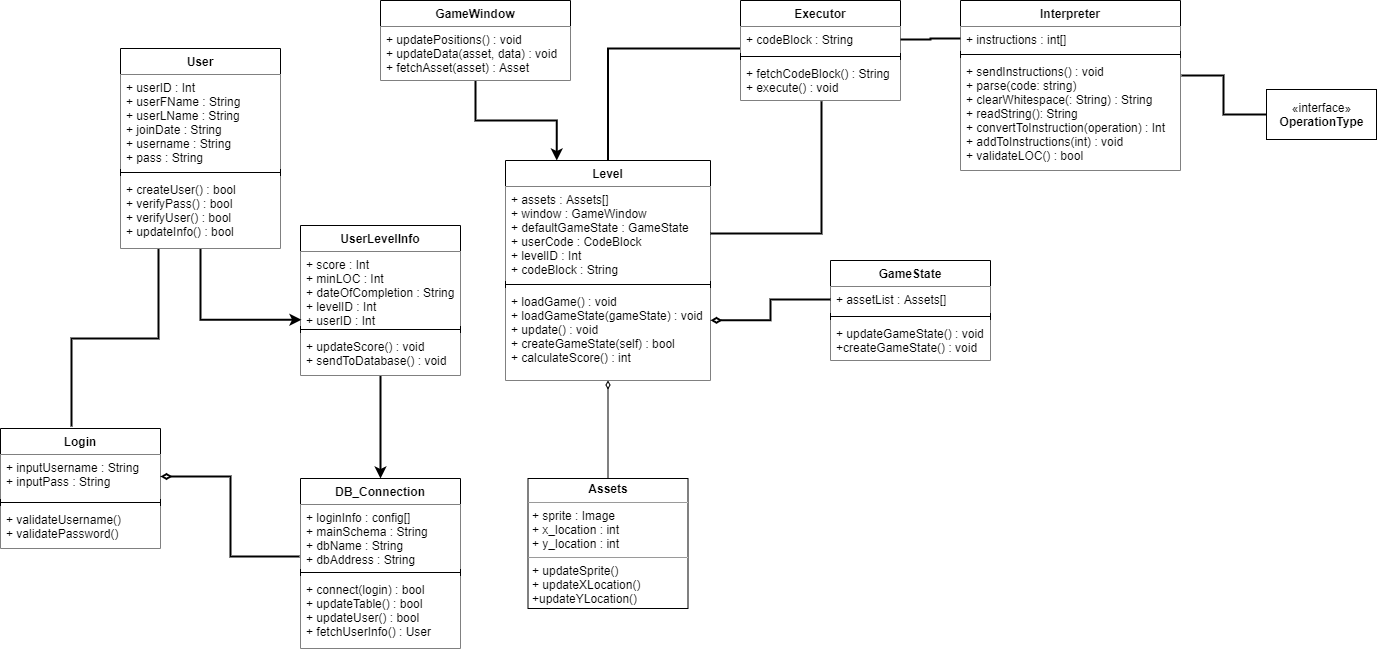
jdr479/CS-Play keeps this draw.io diagram as Deliverables/deliverable_images/CompleteClassDiagram.png. Above is the earlier version. Source tidied: cells renumbered, new cells last; positions are measured from the earlier drawing's top-left corner, leaving out a move shared by most shapes. Source of this version:
```xml
<mxGraphModel>
  <root>
    <mxCell id="0" />
    <mxCell id="1" parent="0" />
    <mxCell id="2" style="edgeStyle=orthogonalEdgeStyle;rounded=0;jettySize=auto;html=1;entryX=0.25;entryY=0;entryDx=0;entryDy=0;strokeWidth=2;" parent="1" edge="1" source="3" target="7">
      <mxGeometry relative="1" as="geometry" />
    </mxCell>
    <mxCell id="3" value="GameWindow" style="swimlane;fontStyle=1;align=center;verticalAlign=top;horizontal=1;startSize=26;" parent="1" vertex="1">
      <mxGeometry x="380" width="190" height="80" as="geometry" />
    </mxCell>
    <mxCell id="4" value="+ updatePositions() : void&#10;+ updateData(asset, data) : void&#10;+ fetchAsset(asset) : Asset&#10;" style="text;strokeColor=none;fillColor=default;align=left;verticalAlign=top;spacingLeft=4;spacingRight=4;overflow=hidden;" parent="3" vertex="1">
      <mxGeometry y="26" width="190" height="54" as="geometry" />
    </mxCell>
    <mxCell id="5" style="edgeStyle=orthogonalEdgeStyle;rounded=0;jettySize=auto;html=1;entryX=0.5;entryY=0;entryDx=0;entryDy=0;endArrow=none;endFill=0;startArrow=diamondThin;startFill=0;" parent="1" edge="1" source="7" target="11">
      <mxGeometry relative="1" as="geometry" />
    </mxCell>
    <mxCell id="6" style="edgeStyle=orthogonalEdgeStyle;rounded=0;jettySize=auto;html=1;entryX=0;entryY=0.846;entryDx=0;entryDy=0;entryPerimeter=0;startArrow=none;startFill=0;endArrow=none;endFill=0;strokeWidth=2;" parent="1" edge="1" source="7" target="17">
      <mxGeometry relative="1" as="geometry" />
    </mxCell>
    <mxCell id="7" value="Level" style="swimlane;fontStyle=1;align=center;verticalAlign=top;horizontal=1;startSize=26;" parent="1" vertex="1">
      <mxGeometry x="505" y="160" width="205" height="220" as="geometry" />
    </mxCell>
    <mxCell id="8" value="+ assets : Assets[]&#10;+ window : GameWindow&#10;+ defaultGameState : GameState&#10;+ userCode : CodeBlock&#10;+ levelID : Int&#10;+ codeBlock : String" style="text;strokeColor=none;fillColor=default;align=left;verticalAlign=top;spacingLeft=4;spacingRight=4;overflow=hidden;points=[[0,0.5],[1,0.5]];portConstraint=eastwest;" parent="7" vertex="1">
      <mxGeometry y="26" width="205" height="94" as="geometry" />
    </mxCell>
    <mxCell id="9" style="line;strokeWidth=1;fillColor=none;align=left;verticalAlign=middle;spacingTop=-1;spacingLeft=3;spacingRight=3;labelPosition=right;" parent="7" vertex="1">
      <mxGeometry y="120" width="205" height="8" as="geometry" />
    </mxCell>
    <mxCell id="10" value="+ loadGame() : void&#10;+ loadGameState(gameState) : void&#10;+ update() : void&#10;+ createGameState(self) : bool&#10;+ calculateScore() : int" style="text;strokeColor=none;fillColor=default;align=left;verticalAlign=top;spacingLeft=4;spacingRight=4;overflow=hidden;points=[[0,0.5],[1,0.5]];portConstraint=eastwest;" parent="7" vertex="1">
      <mxGeometry y="128" width="205" height="92" as="geometry" />
    </mxCell>
    <mxCell id="11" value="&lt;p style=&quot;margin: 0px ; margin-top: 4px ; text-align: center&quot;&gt;&lt;b&gt;Assets&lt;/b&gt;&lt;/p&gt;&lt;hr size=&quot;1&quot;&gt;&lt;p style=&quot;margin: 0px ; margin-left: 4px&quot;&gt;+ sprite : Image&lt;/p&gt;&lt;p style=&quot;margin: 0px ; margin-left: 4px&quot;&gt;+ x_location : int&lt;/p&gt;&lt;p style=&quot;margin: 0px ; margin-left: 4px&quot;&gt;+ y_location : int&lt;/p&gt;&lt;hr size=&quot;1&quot;&gt;&lt;p style=&quot;margin: 0px ; margin-left: 4px&quot;&gt;+ updateSprite()&lt;/p&gt;&lt;p style=&quot;margin: 0px ; margin-left: 4px&quot;&gt;+ updateXLocation()&lt;/p&gt;&lt;p style=&quot;margin: 0px ; margin-left: 4px&quot;&gt;+updateYLocation()&lt;/p&gt;" style="verticalAlign=top;align=left;overflow=fill;fontSize=12;fontFamily=Helvetica;html=1;" parent="1" vertex="1">
      <mxGeometry x="527.5" y="478" width="160" height="130" as="geometry" />
    </mxCell>
    <mxCell id="12" value="Interpreter" style="swimlane;fontStyle=1;align=center;verticalAlign=top;horizontal=1;startSize=26;" parent="1" vertex="1">
      <mxGeometry x="960" width="220" height="170" as="geometry" />
    </mxCell>
    <mxCell id="13" value="+ instructions : int[]" style="text;strokeColor=none;fillColor=default;align=left;verticalAlign=top;spacingLeft=4;spacingRight=4;overflow=hidden;points=[[0,0.5],[1,0.5]];portConstraint=eastwest;" parent="12" vertex="1">
      <mxGeometry y="26" width="220" height="24" as="geometry" />
    </mxCell>
    <mxCell id="14" style="line;strokeWidth=1;fillColor=none;align=left;verticalAlign=middle;spacingTop=-1;spacingLeft=3;spacingRight=3;labelPosition=right;" parent="12" vertex="1">
      <mxGeometry y="50" width="220" height="8" as="geometry" />
    </mxCell>
    <mxCell id="15" value="+ sendInstructions() : void&#10;+ parse(code: string)&#10;+ clearWhitespace(: String) : String&#10;+ readString(): String&#10;+ convertToInstruction(operation) : Int&#10;+ addToInstructions(int) : void&#10;+ validateLOC() : bool" style="text;strokeColor=none;fillColor=default;align=left;verticalAlign=top;spacingLeft=4;spacingRight=4;overflow=hidden;points=[[0,0.5],[1,0.5]];portConstraint=eastwest;" parent="12" vertex="1">
      <mxGeometry y="58" width="220" height="112" as="geometry" />
    </mxCell>
    <mxCell id="16" value="Executor" style="swimlane;fontStyle=1;align=center;verticalAlign=top;horizontal=1;startSize=26;" parent="1" vertex="1">
      <mxGeometry x="740" width="160" height="100" as="geometry" />
    </mxCell>
    <mxCell id="17" value="+ codeBlock : String" style="text;strokeColor=none;fillColor=default;align=left;verticalAlign=top;spacingLeft=4;spacingRight=4;overflow=hidden;points=[[0,0.5],[1,0.5]];portConstraint=eastwest;" parent="16" vertex="1">
      <mxGeometry y="26" width="160" height="26" as="geometry" />
    </mxCell>
    <mxCell id="18" style="line;strokeWidth=1;fillColor=none;align=left;verticalAlign=middle;spacingTop=-1;spacingLeft=3;spacingRight=3;labelPosition=right;" parent="16" vertex="1">
      <mxGeometry y="52" width="160" height="8" as="geometry" />
    </mxCell>
    <mxCell id="19" value="+ fetchCodeBlock() : String&#10;+ execute() : void" style="text;strokeColor=none;fillColor=default;align=left;verticalAlign=top;spacingLeft=4;spacingRight=4;overflow=hidden;points=[[0,0.5],[1,0.5]];portConstraint=eastwest;" parent="16" vertex="1">
      <mxGeometry y="60" width="160" height="40" as="geometry" />
    </mxCell>
    <mxCell id="20" value="GameState" style="swimlane;fontStyle=1;align=center;verticalAlign=top;horizontal=1;startSize=26;" parent="1" vertex="1">
      <mxGeometry x="830" y="260" width="160" height="100" as="geometry" />
    </mxCell>
    <mxCell id="21" value="+ assetList : Assets[]" style="text;strokeColor=none;fillColor=default;align=left;verticalAlign=top;spacingLeft=4;spacingRight=4;overflow=hidden;points=[[0,0.5],[1,0.5]];portConstraint=eastwest;" parent="20" vertex="1">
      <mxGeometry y="26" width="160" height="26" as="geometry" />
    </mxCell>
    <mxCell id="22" style="line;strokeWidth=1;fillColor=none;align=left;verticalAlign=middle;spacingTop=-1;spacingLeft=3;spacingRight=3;labelPosition=right;" parent="20" vertex="1">
      <mxGeometry y="52" width="160" height="8" as="geometry" />
    </mxCell>
    <mxCell id="23" value="+ updateGameState() : void&#10;+createGameState() : void&#10;" style="text;strokeColor=none;fillColor=default;align=left;verticalAlign=top;spacingLeft=4;spacingRight=4;overflow=hidden;" parent="20" vertex="1">
      <mxGeometry y="60" width="160" height="40" as="geometry" />
    </mxCell>
    <mxCell id="24" style="edgeStyle=orthogonalEdgeStyle;rounded=0;jettySize=auto;html=1;entryX=0;entryY=0.5;entryDx=0;entryDy=0;exitX=1;exitY=0.346;exitDx=0;exitDy=0;exitPerimeter=0;startArrow=diamondThin;startFill=0;endArrow=none;endFill=0;strokeWidth=2;" parent="1" edge="1" source="10" target="21">
      <mxGeometry relative="1" as="geometry" />
    </mxCell>
    <mxCell id="25" style="edgeStyle=orthogonalEdgeStyle;rounded=0;jettySize=auto;html=1;entryX=1;entryY=0.5;entryDx=0;entryDy=0;strokeWidth=2;endArrow=none;endFill=0;" parent="1" edge="1" source="13" target="17">
      <mxGeometry relative="1" as="geometry" />
    </mxCell>
    <mxCell id="26" style="edgeStyle=orthogonalEdgeStyle;rounded=0;jettySize=auto;html=1;entryX=0.506;entryY=1.02;entryDx=0;entryDy=0;entryPerimeter=0;strokeWidth=2;endArrow=none;endFill=0;" parent="1" edge="1" source="8" target="19">
      <mxGeometry relative="1" as="geometry" />
    </mxCell>
    <mxCell id="27" style="edgeStyle=orthogonalEdgeStyle;rounded=0;jettySize=auto;html=1;entryX=0.5;entryY=0;entryDx=0;entryDy=0;strokeWidth=2;" parent="1" edge="1" source="28" target="32">
      <mxGeometry relative="1" as="geometry" />
    </mxCell>
    <mxCell id="28" value="UserLevelInfo" style="swimlane;fontStyle=1;align=center;verticalAlign=top;horizontal=1;startSize=26;" parent="1" vertex="1">
      <mxGeometry x="300" y="225" width="160" height="150" as="geometry" />
    </mxCell>
    <mxCell id="29" value="+ score : Int&#10;+ minLOC : Int&#10;+ dateOfCompletion : String&#10;+ levelID : Int&#10;+ userID : Int" style="text;strokeColor=none;fillColor=default;align=left;verticalAlign=top;spacingLeft=4;spacingRight=4;overflow=hidden;points=[[0,0.5],[1,0.5]];portConstraint=eastwest;" parent="28" vertex="1">
      <mxGeometry y="26" width="160" height="74" as="geometry" />
    </mxCell>
    <mxCell id="30" style="line;strokeWidth=1;fillColor=none;align=left;verticalAlign=middle;spacingTop=-1;spacingLeft=3;spacingRight=3;labelPosition=right;" parent="28" vertex="1">
      <mxGeometry y="100" width="160" height="8" as="geometry" />
    </mxCell>
    <mxCell id="31" value="+ updateScore() : void&#10;+ sendToDatabase() : void" style="text;strokeColor=none;fillColor=default;align=left;verticalAlign=top;spacingLeft=4;spacingRight=4;overflow=hidden;" parent="28" vertex="1">
      <mxGeometry y="108" width="160" height="42" as="geometry" />
    </mxCell>
    <mxCell id="32" value="DB_Connection" style="swimlane;fontStyle=1;align=center;verticalAlign=top;horizontal=1;startSize=26;" parent="1" vertex="1">
      <mxGeometry x="300" y="478" width="160" height="170" as="geometry" />
    </mxCell>
    <mxCell id="33" value="+ loginInfo : config[]&#10;+ mainSchema : String&#10;+ dbName : String&#10;+ dbAddress : String" style="text;strokeColor=none;fillColor=default;align=left;verticalAlign=top;spacingLeft=4;spacingRight=4;overflow=hidden;points=[[0,0.5],[1,0.5]];portConstraint=eastwest;" parent="32" vertex="1">
      <mxGeometry y="26" width="160" height="64" as="geometry" />
    </mxCell>
    <mxCell id="34" style="line;strokeWidth=1;fillColor=none;align=left;verticalAlign=middle;spacingTop=-1;spacingLeft=3;spacingRight=3;labelPosition=right;" parent="32" vertex="1">
      <mxGeometry y="90" width="160" height="8" as="geometry" />
    </mxCell>
    <mxCell id="35" value="+ connect(login) : bool&#10;+ updateTable() : bool&#10;+ updateUser() : bool&#10;+ fetchUserInfo() : User" style="text;strokeColor=none;fillColor=default;align=left;verticalAlign=top;spacingLeft=4;spacingRight=4;overflow=hidden;" parent="32" vertex="1">
      <mxGeometry y="98" width="160" height="72" as="geometry" />
    </mxCell>
    <mxCell id="36" style="edgeStyle=orthogonalEdgeStyle;rounded=0;jettySize=auto;html=1;entryX=0.006;entryY=0.922;entryDx=0;entryDy=0;entryPerimeter=0;strokeWidth=2;" parent="1" edge="1" source="38" target="29">
      <mxGeometry relative="1" as="geometry" />
    </mxCell>
    <mxCell id="37" style="edgeStyle=orthogonalEdgeStyle;rounded=0;jettySize=auto;html=1;entryX=0.444;entryY=-0.017;entryDx=0;entryDy=0;entryPerimeter=0;startArrow=none;startFill=0;endArrow=none;endFill=0;strokeWidth=2;exitX=0.238;exitY=1;exitDx=0;exitDy=0;exitPerimeter=0;" parent="1" edge="1" source="41" target="42">
      <mxGeometry relative="1" as="geometry" />
    </mxCell>
    <mxCell id="38" value="User" style="swimlane;fontStyle=1;align=center;verticalAlign=top;horizontal=1;startSize=26;" parent="1" vertex="1">
      <mxGeometry x="120" y="48" width="160" height="200" as="geometry" />
    </mxCell>
    <mxCell id="39" value="+ userID : Int&#10;+ userFName : String&#10;+ userLName : String&#10;+ joinDate : String&#10;+ username : String&#10;+ pass : String" style="text;strokeColor=none;fillColor=default;align=left;verticalAlign=top;spacingLeft=4;spacingRight=4;overflow=hidden;" parent="38" vertex="1">
      <mxGeometry y="26" width="160" height="94" as="geometry" />
    </mxCell>
    <mxCell id="40" style="line;strokeWidth=1;fillColor=none;align=left;verticalAlign=middle;spacingTop=-1;spacingLeft=3;spacingRight=3;labelPosition=right;" parent="38" vertex="1">
      <mxGeometry y="120" width="160" height="8" as="geometry" />
    </mxCell>
    <mxCell id="41" value="+ createUser() : bool&#10;+ verifyPass() : bool&#10;+ verifyUser() : bool&#10;+ updateInfo() : bool" style="text;strokeColor=none;fillColor=default;align=left;verticalAlign=top;spacingLeft=4;spacingRight=4;overflow=hidden;points=[[0,0.5],[1,0.5]];portConstraint=eastwest;" parent="38" vertex="1">
      <mxGeometry y="128" width="160" height="72" as="geometry" />
    </mxCell>
    <mxCell id="42" value="Login" style="swimlane;fontStyle=1;align=center;verticalAlign=top;horizontal=1;startSize=26;" parent="1" vertex="1">
      <mxGeometry y="428" width="160" height="120" as="geometry" />
    </mxCell>
    <mxCell id="43" value="+ inputUsername : String&#10;+ inputPass : String" style="text;strokeColor=none;fillColor=default;align=left;verticalAlign=top;spacingLeft=4;spacingRight=4;overflow=hidden;points=[[0,0.5],[1,0.5]];portConstraint=eastwest;" parent="42" vertex="1">
      <mxGeometry y="26" width="160" height="44" as="geometry" />
    </mxCell>
    <mxCell id="44" style="line;strokeWidth=1;fillColor=none;align=left;verticalAlign=middle;spacingTop=-1;spacingLeft=3;spacingRight=3;labelPosition=right;" parent="42" vertex="1">
      <mxGeometry y="70" width="160" height="8" as="geometry" />
    </mxCell>
    <mxCell id="45" value="+ validateUsername()&#10;+ validatePassword()" style="text;strokeColor=none;fillColor=default;align=left;verticalAlign=top;spacingLeft=4;spacingRight=4;overflow=hidden;" parent="42" vertex="1">
      <mxGeometry y="78" width="160" height="42" as="geometry" />
    </mxCell>
    <mxCell id="46" style="edgeStyle=orthogonalEdgeStyle;rounded=0;jettySize=auto;html=1;entryX=-0.006;entryY=0.813;entryDx=0;entryDy=0;entryPerimeter=0;startArrow=diamondThin;startFill=0;endArrow=none;endFill=0;strokeWidth=2;" parent="1" edge="1" source="43" target="33">
      <mxGeometry relative="1" as="geometry" />
    </mxCell>
    <mxCell id="47" style="edgeStyle=orthogonalEdgeStyle;rounded=0;jettySize=auto;html=1;entryX=1.005;entryY=0.152;entryDx=0;entryDy=0;entryPerimeter=0;startArrow=none;startFill=0;endArrow=none;endFill=0;strokeWidth=2;" parent="1" edge="1" source="48" target="15">
      <mxGeometry relative="1" as="geometry" />
    </mxCell>
    <mxCell id="48" value="«interface»&lt;br&gt;&lt;b&gt;OperationType&lt;/b&gt;" style="html=1;" parent="1" vertex="1">
      <mxGeometry x="1266" y="89" width="110" height="50" as="geometry" />
    </mxCell>
  </root>
</mxGraphModel>
```
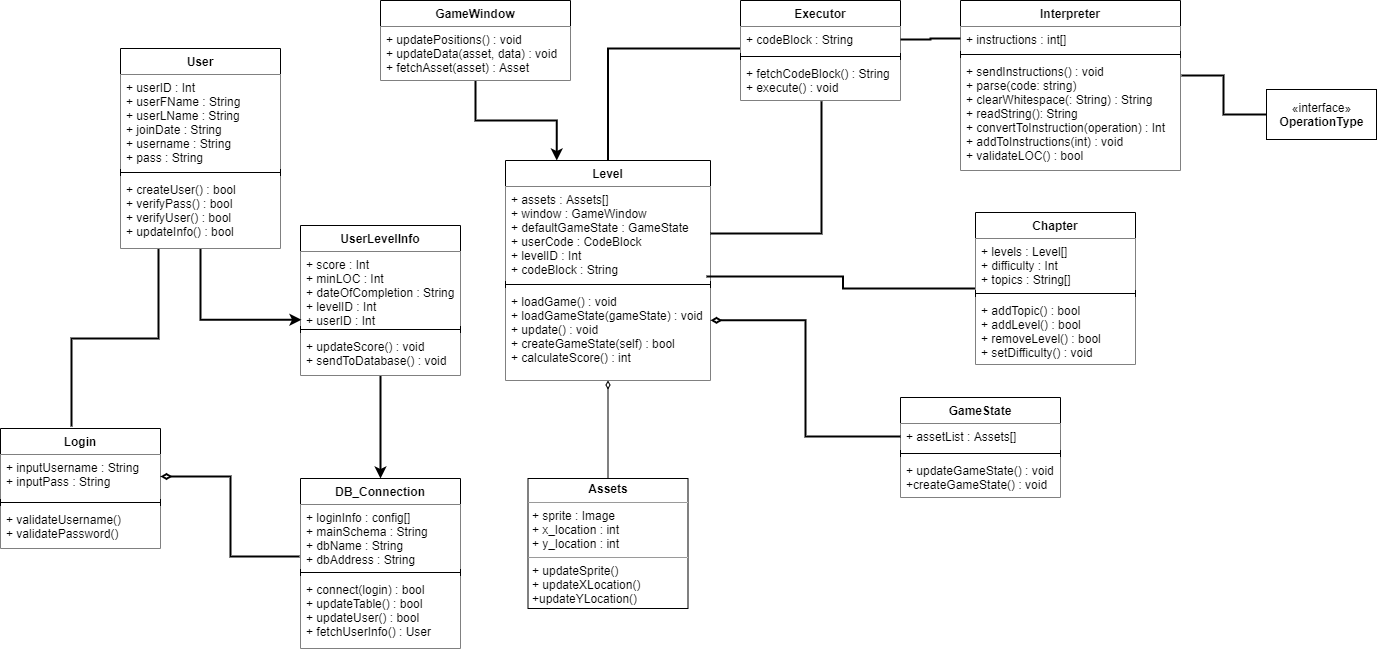
The same file after the commit.

What changed in the source:
```diff
@@ -57,7 +57,7 @@
       <mxGeometry y="60" width="160" height="40" as="geometry" />
     </mxCell>
     <mxCell id="20" value="GameState" style="swimlane;fontStyle=1;align=center;verticalAlign=top;horizontal=1;startSize=26;" parent="1" vertex="1">
-      <mxGeometry x="830" y="260" width="160" height="100" as="geometry" />
+      <mxGeometry x="900" y="397" width="160" height="100" as="geometry" />
     </mxCell>
     <mxCell id="21" value="+ assetList : Assets[]" style="text;strokeColor=none;fillColor=default;align=left;verticalAlign=top;spacingLeft=4;spacingRight=4;overflow=hidden;points=[[0,0.5],[1,0.5]];portConstraint=eastwest;" parent="20" vertex="1">
       <mxGeometry y="26" width="160" height="26" as="geometry" />
@@ -143,5 +143,20 @@
     <mxCell id="48" value="«interface»&lt;br&gt;&lt;b&gt;OperationType&lt;/b&gt;" style="html=1;" parent="1" vertex="1">
       <mxGeometry x="1266" y="89" width="110" height="50" as="geometry" />
     </mxCell>
+    <mxCell id="49" style="edgeStyle=orthogonalEdgeStyle;rounded=0;jettySize=auto;html=1;entryX=0.98;entryY=0.957;entryDx=0;entryDy=0;entryPerimeter=0;startArrow=none;startFill=0;endArrow=none;endFill=0;strokeWidth=2;" parent="1" edge="1" source="50" target="8">
+      <mxGeometry relative="1" as="geometry" />
+    </mxCell>
+    <mxCell id="50" value="Chapter" style="swimlane;fontStyle=1;align=center;verticalAlign=top;horizontal=1;startSize=26;fillColor=default;" parent="1" vertex="1">
+      <mxGeometry x="975" y="212" width="160" height="152" as="geometry" />
+    </mxCell>
+    <mxCell id="51" value="+ levels : Level[]&#10;+ difficulty : Int&#10;+ topics : String[]" style="text;strokeColor=none;fillColor=default;align=left;verticalAlign=top;spacingLeft=4;spacingRight=4;overflow=hidden;" parent="50" vertex="1">
+      <mxGeometry y="26" width="160" height="51" as="geometry" />
+    </mxCell>
+    <mxCell id="52" style="line;strokeWidth=1;fillColor=none;align=left;verticalAlign=middle;spacingTop=-1;spacingLeft=3;spacingRight=3;labelPosition=right;" parent="50" vertex="1">
+      <mxGeometry y="77" width="160" height="8" as="geometry" />
+    </mxCell>
+    <mxCell id="53" value="+ addTopic() : bool&#10;+ addLevel() : bool&#10;+ removeLevel() : bool&#10;+ setDifficulty() : void" style="text;strokeColor=none;fillColor=default;align=left;verticalAlign=top;spacingLeft=4;spacingRight=4;overflow=hidden;" parent="50" vertex="1">
+      <mxGeometry y="85" width="160" height="67" as="geometry" />
+    </mxCell>
   </root>
 </mxGraphModel>
```
